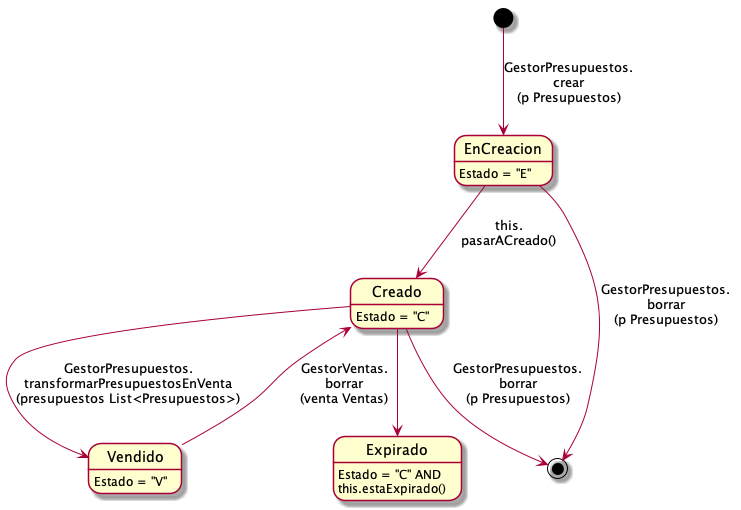
The PlantUML diagram Informe Final/Imagenes/DiagramasEstado/DiagramaDeEstado/presupuestos.png in ZMGestion/DocumentacionZMGestion, before a commit.
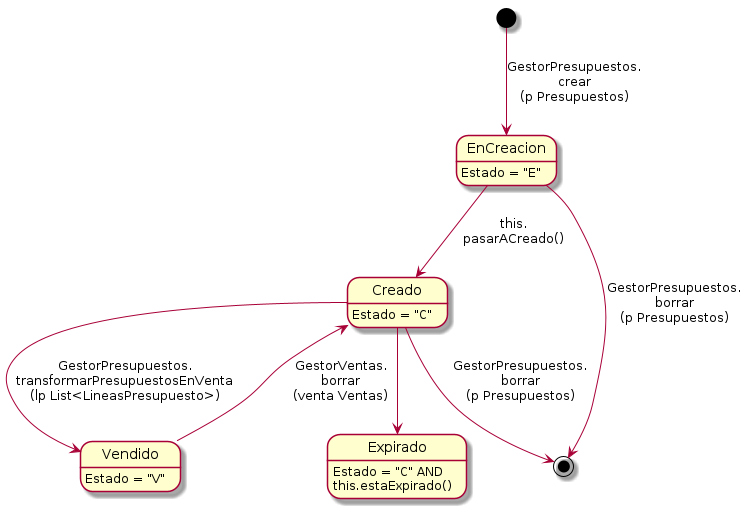
Above is the later version.

Diff of the diagram source:
```diff
@@ -8,7 +8,7 @@
 
 [*] --> EnCreacion: GestorPresupuestos.\ncrear\n(p Presupuestos)
 EnCreacion --> Creado: this.\npasarACreado()
-Creado --> Vendido: GestorPresupuestos.\ntransformarPresupuestosEnVenta\n(presupuestos List<Presupuestos>)
+Creado --> Vendido: GestorPresupuestos.\ntransformarPresupuestosEnVenta\n(lp List<LineasPresupuesto>)
 Creado --> Expirado
 Vendido --> Creado: GestorVentas.\nborrar\n(venta Ventas)
 EnCreacion --> [*]: GestorPresupuestos.\nborrar\n(p Presupuestos)
```
